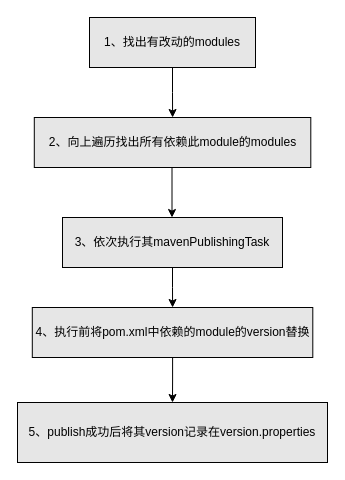
Above: page "Page-10" (10 of 12) of T9.drawio in shinecjj/UML (draw.io), before the change. Source tidied: cells renumbered, new cells numbered last; positions are measured from the earlier drawing's top-left corner, leaving out a move shared by most shapes. Both pictures are drawn from the tidied source at 100%, with x=0, y=0 at pixel (17, 17).
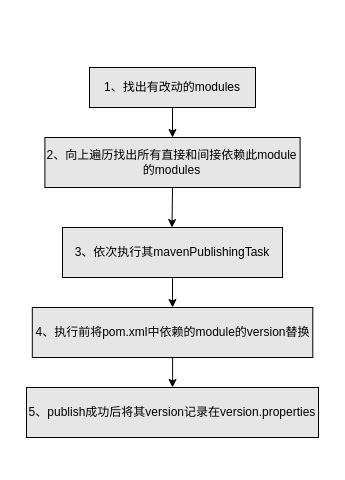
The same diagram, later.

What changed in the source:
```diff
@@
 <mxGraphModel>
   <root>
     <mxCell id="0" />
     <mxCell id="1" parent="0" />
     <mxCell id="2" style="edgeStyle=orthogonalEdgeStyle;rounded=0;jettySize=auto;html=1;" parent="1" edge="1" source="3" target="4">
       <mxGeometry relative="1" as="geometry" />
     </mxCell>
     <mxCell id="3" value="1、找出有改动的modules" style="rounded=0;whiteSpace=wrap;html=1;fillColor=#E6E6E6;" parent="1" vertex="1">
-      <mxGeometry x="72" width="166" height="50" as="geometry" />
+      <mxGeometry x="72" y="50" width="166" height="40" as="geometry" />
     </mxCell>
-    <mxCell id="4" value="2、向上遍历找出所有依赖此module的modules" style="rounded=0;whiteSpace=wrap;html=1;fillColor=#E6E6E6;align=center;" parent="1" vertex="1">
-      <mxGeometry x="16.8" y="100" width="276.5" height="50" as="geometry" />
+    <mxCell id="4" value="2、向上遍历找出所有直接和间接依赖此module的modules" style="rounded=0;whiteSpace=wrap;html=1;fillColor=#E6E6E6;align=center;" parent="1" vertex="1">
+      <mxGeometry x="27.4" y="120" width="255.2" height="50" as="geometry" />
     </mxCell>
-    <mxCell id="5" style="edgeStyle=orthogonalEdgeStyle;rounded=0;orthogonalLoop=1;jettySize=auto;html=1;" parent="1" edge="1">
+    <mxCell id="5" style="edgeStyle=orthogonalEdgeStyle;rounded=0;jettySize=auto;html=1;exitX=0.5;exitY=1;exitDx=0;exitDy=0;" parent="1" edge="1" source="4">
       <mxGeometry relative="1" as="geometry">
-        <mxPoint x="154.5" y="150" as="sourcePoint" />
-        <mxPoint x="154.5" y="200" as="targetPoint" />
+        <mxPoint x="154.5" y="210" as="targetPoint" />
       </mxGeometry>
     </mxCell>
     <mxCell id="6" style="edgeStyle=orthogonalEdgeStyle;rounded=0;jettySize=auto;html=1;" parent="1" edge="1" source="7" target="10">
       <mxGeometry relative="1" as="geometry" />
     </mxCell>
     <mxCell id="7" value="&lt;span&gt;3、依次执行其mavenPublishingTask&lt;/span&gt;" style="rounded=0;whiteSpace=wrap;html=1;fillColor=#E6E6E6;" parent="1" vertex="1">
-      <mxGeometry x="45" y="200" width="220" height="50" as="geometry" />
+      <mxGeometry x="45" y="210" width="220" height="50" as="geometry" />
     </mxCell>
     <mxCell id="8" value="&lt;span style=&quot;text-align: right&quot;&gt;5、publish成功后将其version记录在version.properties&lt;/span&gt;" style="rounded=0;whiteSpace=wrap;html=1;fillColor=#E6E6E6;" parent="1" vertex="1">
-      <mxGeometry y="385" width="310" height="60" as="geometry" />
+      <mxGeometry x="9" y="370" width="292" height="50" as="geometry" />
     </mxCell>
     <mxCell id="9" style="edgeStyle=orthogonalEdgeStyle;rounded=0;jettySize=auto;html=1;" parent="1" edge="1" source="10" target="8">
       <mxGeometry relative="1" as="geometry" />
     </mxCell>
     <mxCell id="10" value="4、执行前将pom.xml中依赖的module的version替换" style="rounded=0;whiteSpace=wrap;html=1;fillColor=#E6E6E6;" parent="1" vertex="1">
       <mxGeometry x="14.8" y="290" width="280.5" height="50" as="geometry" />
     </mxCell>
   </root>
 </mxGraphModel>
```
